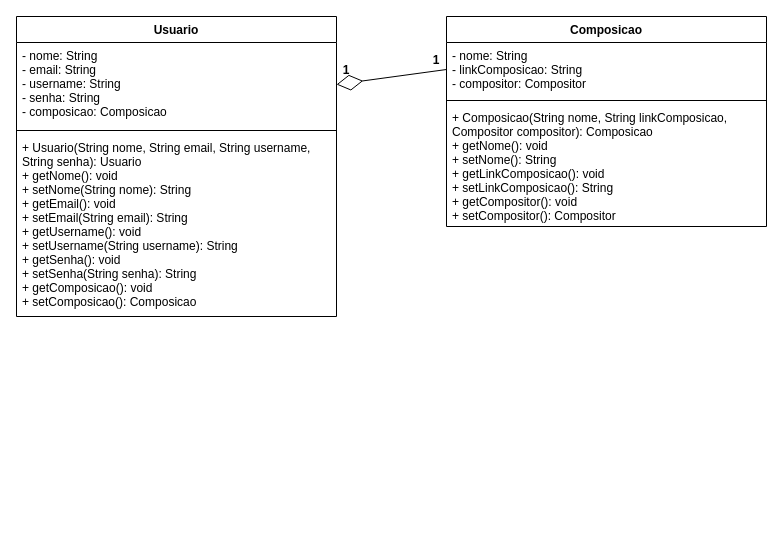
Earlier version of the draw.io diagram class-diagram.drawio (kaiohenricunha/UML). Source tidied: cells renumbered, new cells numbered last; positions are measured from the earlier drawing's top-left corner, leaving out a move shared by most shapes. Both pictures are drawn from the tidied source at 100%, with x=0, y=0 at pixel (16, 16).
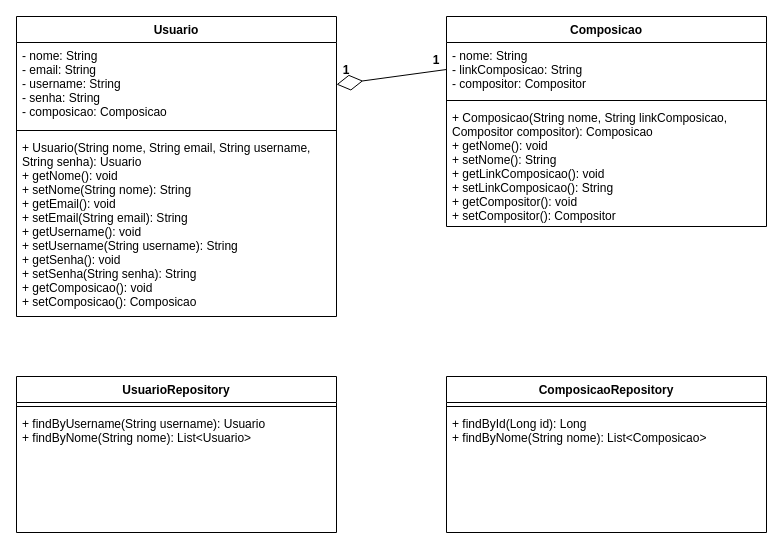
The same page after the edit.

Diff of the diagram source:
```diff
@@
 <mxGraphModel>
   <root>
     <mxCell id="0" />
     <mxCell id="1" parent="0" />
     <mxCell id="2" value="Usuario" style="swimlane;fontStyle=1;align=center;verticalAlign=top;horizontal=1;startSize=26;" parent="1" vertex="1">
       <mxGeometry width="320" height="300" as="geometry" />
     </mxCell>
     <mxCell id="3" value="- nome: String&#10;- email: String&#10;- username: String&#10;- senha: String&#10;- composicao: Composicao" style="text;strokeColor=none;fillColor=none;align=left;verticalAlign=top;spacingLeft=4;spacingRight=4;overflow=hidden;" parent="2" vertex="1">
       <mxGeometry y="26" width="320" height="84" as="geometry" />
     </mxCell>
     <mxCell id="4" style="line;strokeWidth=1;fillColor=none;align=left;verticalAlign=middle;spacingTop=-1;spacingLeft=3;spacingRight=3;labelPosition=right;" parent="2" vertex="1">
       <mxGeometry y="110" width="320" height="8" as="geometry" />
     </mxCell>
     <mxCell id="5" value="+ Usuario(String nome, String email, String username,&#10;String senha): Usuario&#10;+ getNome(): void&#10;+ setNome(String nome): String&#10;+ getEmail(): void&#10;+ setEmail(String email): String&#10;+ getUsername(): void&#10;+ setUsername(String username): String&#10;+ getSenha(): void&#10;+ setSenha(String senha): String&#10;+ getComposicao(): void&#10;+ setComposicao(): Composicao" style="text;strokeColor=none;fillColor=none;align=left;verticalAlign=top;spacingLeft=4;spacingRight=4;overflow=hidden;" parent="2" vertex="1">
       <mxGeometry y="118" width="320" height="182" as="geometry" />
     </mxCell>
     <mxCell id="6" value="Composicao" style="swimlane;fontStyle=1;align=center;verticalAlign=top;horizontal=1;startSize=26;" parent="1" vertex="1">
       <mxGeometry x="430" width="320" height="210" as="geometry" />
     </mxCell>
     <mxCell id="7" value="- nome: String&#10;- linkComposicao: String&#10;- compositor: Compositor" style="text;strokeColor=none;fillColor=none;align=left;verticalAlign=top;spacingLeft=4;spacingRight=4;overflow=hidden;points=[[0,0.5],[1,0.5]];portConstraint=eastwest;" parent="6" vertex="1">
       <mxGeometry y="26" width="320" height="54" as="geometry" />
     </mxCell>
     <mxCell id="8" style="line;strokeWidth=1;fillColor=none;align=left;verticalAlign=middle;spacingTop=-1;spacingLeft=3;spacingRight=3;labelPosition=right;" parent="6" vertex="1">
       <mxGeometry y="80" width="320" height="8" as="geometry" />
     </mxCell>
     <mxCell id="9" value="+ Composicao(String nome, String linkComposicao,&#10;Compositor compositor): Composicao&#10;+ getNome(): void&#10;+ setNome(): String&#10;+ getLinkComposicao(): void&#10;+ setLinkComposicao(): String&#10;+ getCompositor(): void&#10;+ setCompositor(): Compositor" style="text;strokeColor=none;fillColor=none;align=left;verticalAlign=top;spacingLeft=4;spacingRight=4;overflow=hidden;" parent="6" vertex="1">
       <mxGeometry y="88" width="320" height="122" as="geometry" />
     </mxCell>
     <mxCell id="10" style="endArrow=diamondThin;endFill=0;endSize=24;html=1;exitX=0;exitY=0.5;exitDx=0;exitDy=0;" parent="1" edge="1" source="7">
       <mxGeometry relative="1" as="geometry">
         <mxPoint x="320" y="68" as="targetPoint" />
       </mxGeometry>
     </mxCell>
     <mxCell id="11" value="1" style="text;align=center;fontStyle=1;verticalAlign=middle;spacingLeft=3;spacingRight=3;strokeColor=none;" parent="1" vertex="1">
       <mxGeometry x="290" y="40" width="80" height="26" as="geometry" />
     </mxCell>
     <mxCell id="12" value="1" style="text;align=center;fontStyle=1;verticalAlign=middle;spacingLeft=3;spacingRight=3;strokeColor=none;" parent="1" vertex="1">
       <mxGeometry x="380" y="30" width="80" height="26" as="geometry" />
     </mxCell>
+    <mxCell id="13" value="UsuarioRepository" style="swimlane;fontStyle=1;align=center;verticalAlign=top;horizontal=1;startSize=26;" parent="1" vertex="1">
+      <mxGeometry y="360" width="320" height="156" as="geometry" />
+    </mxCell>
+    <mxCell id="14" style="line;strokeWidth=1;fillColor=none;align=left;verticalAlign=middle;spacingTop=-1;spacingLeft=3;spacingRight=3;labelPosition=right;" parent="13" vertex="1">
+      <mxGeometry y="26" width="320" height="8" as="geometry" />
+    </mxCell>
+    <mxCell id="15" value="+ findByUsername(String username): Usuario&#10;+ findByNome(String nome): List&lt;Usuario&gt;" style="text;strokeColor=none;fillColor=none;align=left;verticalAlign=top;spacingLeft=4;spacingRight=4;overflow=hidden;" parent="13" vertex="1">
+      <mxGeometry y="34" width="320" height="122" as="geometry" />
+    </mxCell>
+    <mxCell id="16" value="ComposicaoRepository" style="swimlane;fontStyle=1;align=center;verticalAlign=top;horizontal=1;startSize=26;" parent="1" vertex="1">
+      <mxGeometry x="430" y="360" width="320" height="156" as="geometry" />
+    </mxCell>
+    <mxCell id="17" style="line;strokeWidth=1;fillColor=none;align=left;verticalAlign=middle;spacingTop=-1;spacingLeft=3;spacingRight=3;labelPosition=right;" parent="16" vertex="1">
+      <mxGeometry y="26" width="320" height="8" as="geometry" />
+    </mxCell>
+    <mxCell id="18" value="+ findById(Long id): Long&#10;+ findByNome(String nome): List&lt;Composicao&gt;" style="text;strokeColor=none;fillColor=none;align=left;verticalAlign=top;spacingLeft=4;spacingRight=4;overflow=hidden;" parent="16" vertex="1">
+      <mxGeometry y="34" width="320" height="122" as="geometry" />
+    </mxCell>
   </root>
 </mxGraphModel>
```
